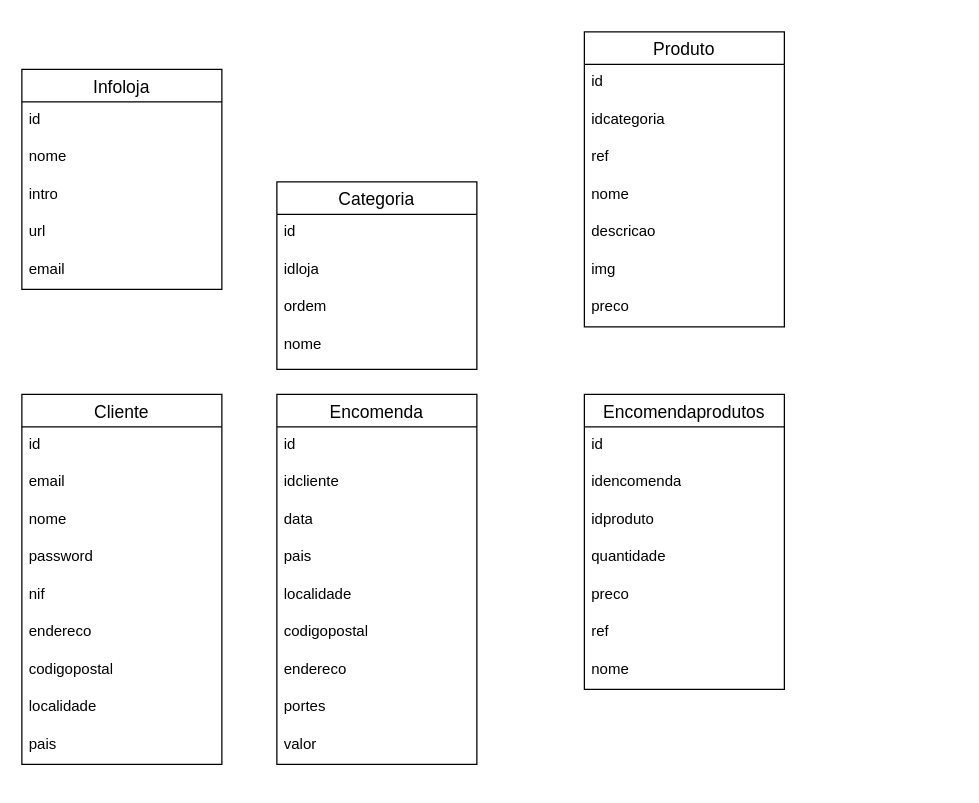
Before: Ficha.drawio in luissantos-oficina/turma2p2023, a draw.io diagram. Source tidied: cells renumbered, new cells numbered last; positions are measured from the earlier drawing's top-left corner, leaving out a move shared by most shapes. Both pictures are drawn from the tidied source at 125%, with x=0, y=0 at pixel (21, 31).
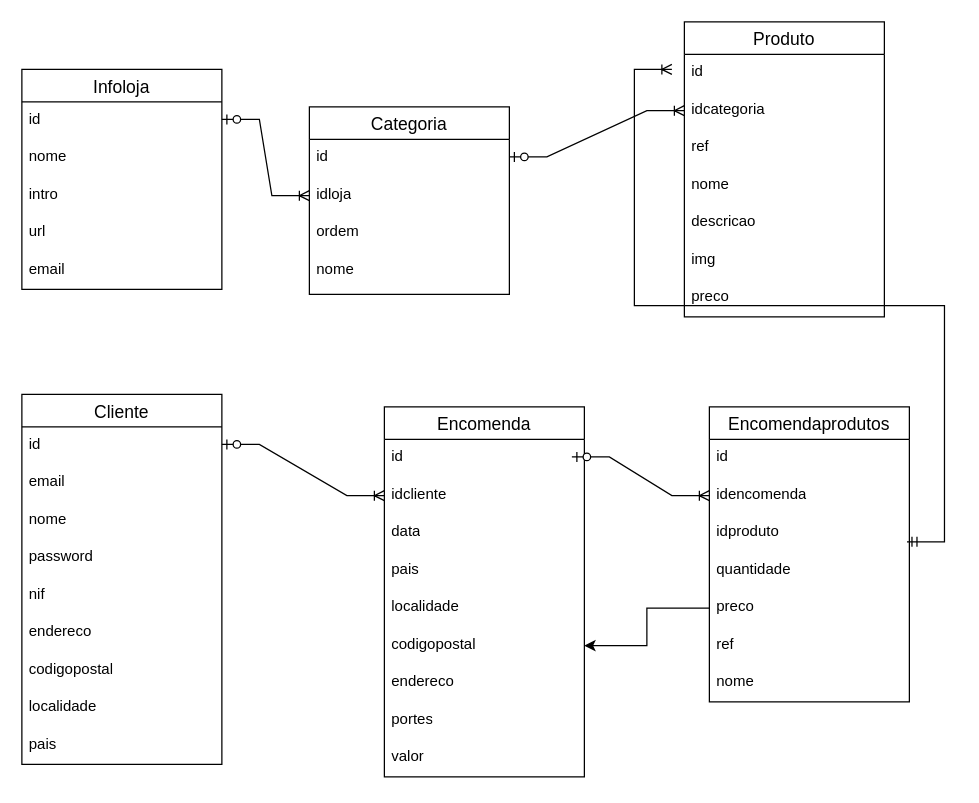
After the change.

Unchanged cells that the change refers to:
```xml
<mxCell id="2" value="Infoloja" style="swimlane;fontStyle=0;horizontal=1;startSize=26;align=center;fontSize=14;" parent="1" vertex="1">
  <mxGeometry y="30" width="160" height="176" as="geometry" />
</mxCell>
<mxCell id="10" value="&lt;div&gt;idloja&lt;/div&gt;" style="text;strokeColor=none;fillColor=none;spacingLeft=4;spacingRight=4;overflow=hidden;points=[[0,0.5],[1,0.5]];portConstraint=eastwest;fontSize=12;whiteSpace=wrap;html=1;" parent="8" vertex="1">
  <mxGeometry y="56" width="160" height="30" as="geometry" />
</mxCell>
<mxCell id="25" value="idcliente" style="text;strokeColor=none;fillColor=none;spacingLeft=4;spacingRight=4;overflow=hidden;points=[[0,0.5],[1,0.5]];portConstraint=eastwest;fontSize=12;whiteSpace=wrap;html=1;" parent="23" vertex="1">
  <mxGeometry y="56" width="160" height="30" as="geometry" />
</mxCell>
<mxCell id="29" value="codigopostal" style="text;strokeColor=none;fillColor=none;spacingLeft=4;spacingRight=4;overflow=hidden;points=[[0,0.5],[1,0.5]];portConstraint=eastwest;fontSize=12;whiteSpace=wrap;html=1;" parent="23" vertex="1">
  <mxGeometry y="176" width="160" height="30" as="geometry" />
</mxCell>
<mxCell id="35" value="idencomenda" style="text;strokeColor=none;fillColor=none;spacingLeft=4;spacingRight=4;overflow=hidden;points=[[0,0.5],[1,0.5]];portConstraint=eastwest;fontSize=12;whiteSpace=wrap;html=1;" parent="33" vertex="1">
  <mxGeometry y="56" width="160" height="30" as="geometry" />
</mxCell>
<mxCell id="36" value="idproduto" style="text;strokeColor=none;fillColor=none;spacingLeft=4;spacingRight=4;overflow=hidden;points=[[0,0.5],[1,0.5]];portConstraint=eastwest;fontSize=12;whiteSpace=wrap;html=1;" parent="33" vertex="1">
  <mxGeometry y="86" width="160" height="30" as="geometry" />
</mxCell>
<mxCell id="38" value="preco" style="text;strokeColor=none;fillColor=none;spacingLeft=4;spacingRight=4;overflow=hidden;points=[[0,0.5],[1,0.5]];portConstraint=eastwest;fontSize=12;whiteSpace=wrap;html=1;" parent="33" vertex="1">
  <mxGeometry y="146" width="160" height="30" as="geometry" />
</mxCell>
<mxCell id="43" value="idcategoria" style="text;strokeColor=none;fillColor=none;spacingLeft=4;spacingRight=4;overflow=hidden;points=[[0,0.5],[1,0.5]];portConstraint=eastwest;fontSize=12;whiteSpace=wrap;html=1;" parent="41" vertex="1">
  <mxGeometry y="56" width="160" height="30" as="geometry" />
</mxCell>
```

What changed in the source:
```diff
@@
+    <mxCell id="49" style="edgeStyle=entityRelationEdgeStyle;fontSize=12;html=1;endArrow=ERoneToMany;startArrow=ERzeroToOne;rounded=0;entryX=0;entryY=0.5;entryDx=0;entryDy=0;" parent="2" edge="1" target="10">
+      <mxGeometry relative="1" as="geometry">
+        <mxPoint x="160" y="40" as="sourcePoint" />
+      </mxGeometry>
+    </mxCell>
@@
     <mxCell id="8" value="Categoria" style="swimlane;fontStyle=0;horizontal=1;startSize=26;align=center;fontSize=14;" parent="1" vertex="1">
-      <mxGeometry x="204" y="120" width="160" height="150" as="geometry" />
+      <mxGeometry x="230" y="60" width="160" height="150" as="geometry" />
     </mxCell>
@@
     <mxCell id="23" value="Encomenda" style="swimlane;fontStyle=0;horizontal=1;startSize=26;align=center;fontSize=14;" parent="1" vertex="1">
-      <mxGeometry x="204" y="290" width="160" height="296" as="geometry" />
+      <mxGeometry x="290" y="300" width="160" height="296" as="geometry" />
     </mxCell>
@@
     <mxCell id="33" value="Encomendaprodutos" style="swimlane;fontStyle=0;horizontal=1;startSize=26;align=center;fontSize=14;" parent="1" vertex="1">
-      <mxGeometry x="450" y="290" width="160" height="236" as="geometry" />
+      <mxGeometry x="550" y="300" width="160" height="236" as="geometry" />
     </mxCell>
@@
     <mxCell id="41" value="Produto" style="swimlane;fontStyle=0;horizontal=1;startSize=26;align=center;fontSize=14;" parent="1" vertex="1">
-      <mxGeometry x="450" width="160" height="236" as="geometry" />
+      <mxGeometry x="530" y="-8" width="160" height="236" as="geometry" />
     </mxCell>
@@
+    <mxCell id="50" style="edgeStyle=entityRelationEdgeStyle;fontSize=12;html=1;endArrow=ERoneToMany;startArrow=ERzeroToOne;rounded=0;entryX=0;entryY=0.5;entryDx=0;entryDy=0;" parent="1" edge="1" target="43">
+      <mxGeometry relative="1" as="geometry">
+        <mxPoint x="390" y="100" as="sourcePoint" />
+      </mxGeometry>
+    </mxCell>
+    <mxCell id="51" style="edgeStyle=entityRelationEdgeStyle;fontSize=12;html=1;endArrow=ERoneToMany;startArrow=ERzeroToOne;rounded=0;entryX=0;entryY=0.5;entryDx=0;entryDy=0;" parent="1" edge="1" target="25">
+      <mxGeometry relative="1" as="geometry">
+        <mxPoint x="160" y="330" as="sourcePoint" />
+      </mxGeometry>
+    </mxCell>
+    <mxCell id="52" style="edgeStyle=entityRelationEdgeStyle;fontSize=12;html=1;endArrow=ERoneToMany;startArrow=ERzeroToOne;rounded=0;entryX=0;entryY=0.5;entryDx=0;entryDy=0;" parent="1" edge="1" target="35">
+      <mxGeometry relative="1" as="geometry">
+        <mxPoint x="440" y="340" as="sourcePoint" />
+      </mxGeometry>
+    </mxCell>
+    <mxCell id="53" style="edgeStyle=orthogonalEdgeStyle;rounded=0;jettySize=auto;html=1;" parent="1" edge="1" source="38" target="29">
+      <mxGeometry relative="1" as="geometry" />
+    </mxCell>
+    <mxCell id="54" style="edgeStyle=entityRelationEdgeStyle;fontSize=12;html=1;endArrow=ERoneToMany;startArrow=ERmandOne;rounded=0;exitX=0.988;exitY=0.733;exitDx=0;exitDy=0;exitPerimeter=0;" parent="1" edge="1" source="36">
+      <mxGeometry relative="1" as="geometry">
+        <mxPoint x="520" y="30" as="targetPoint" />
+      </mxGeometry>
+    </mxCell>
```
